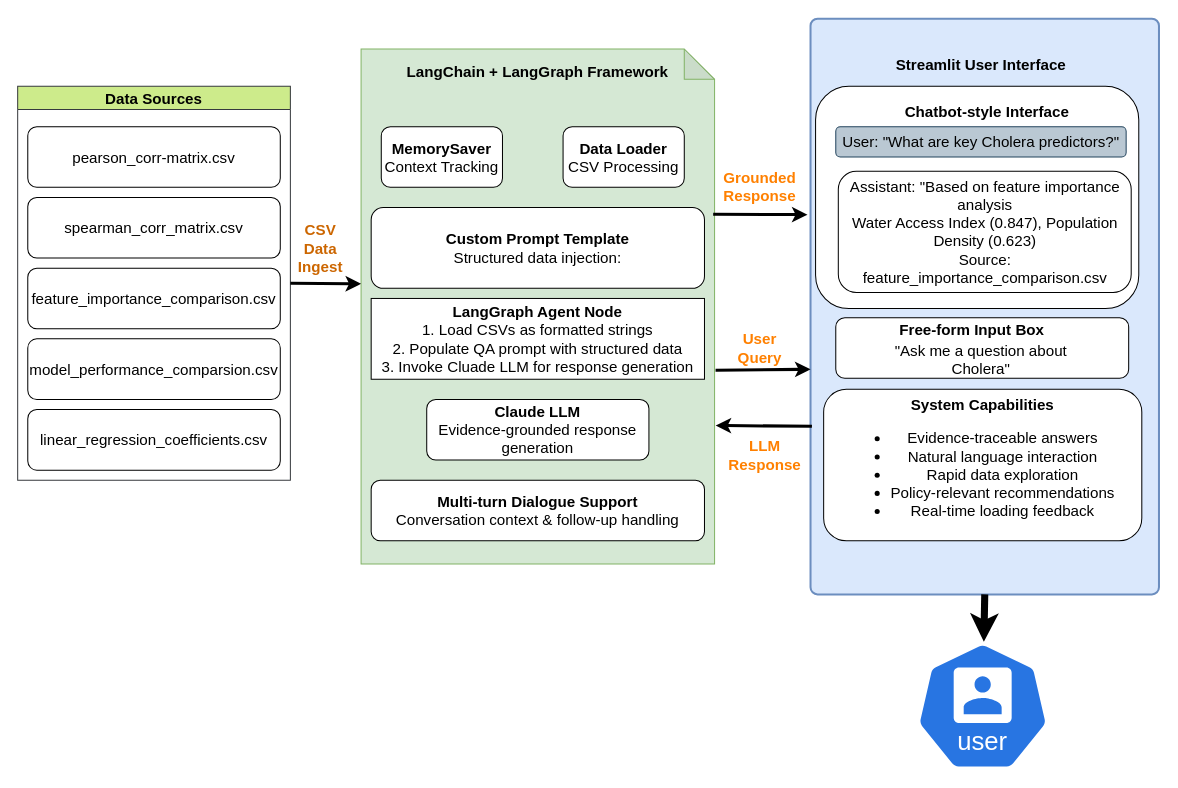
The draw.io diagram Agentic LLM.drawio in minusZeroo/sacair-2025, before the edit. Source tidied: cells renumbered, new cells numbered last; positions are measured from the earlier drawing's top-left corner, leaving out a move shared by most shapes. Both pictures are drawn from the tidied source at 101%, with x=0, y=0 at pixel (17, 18).
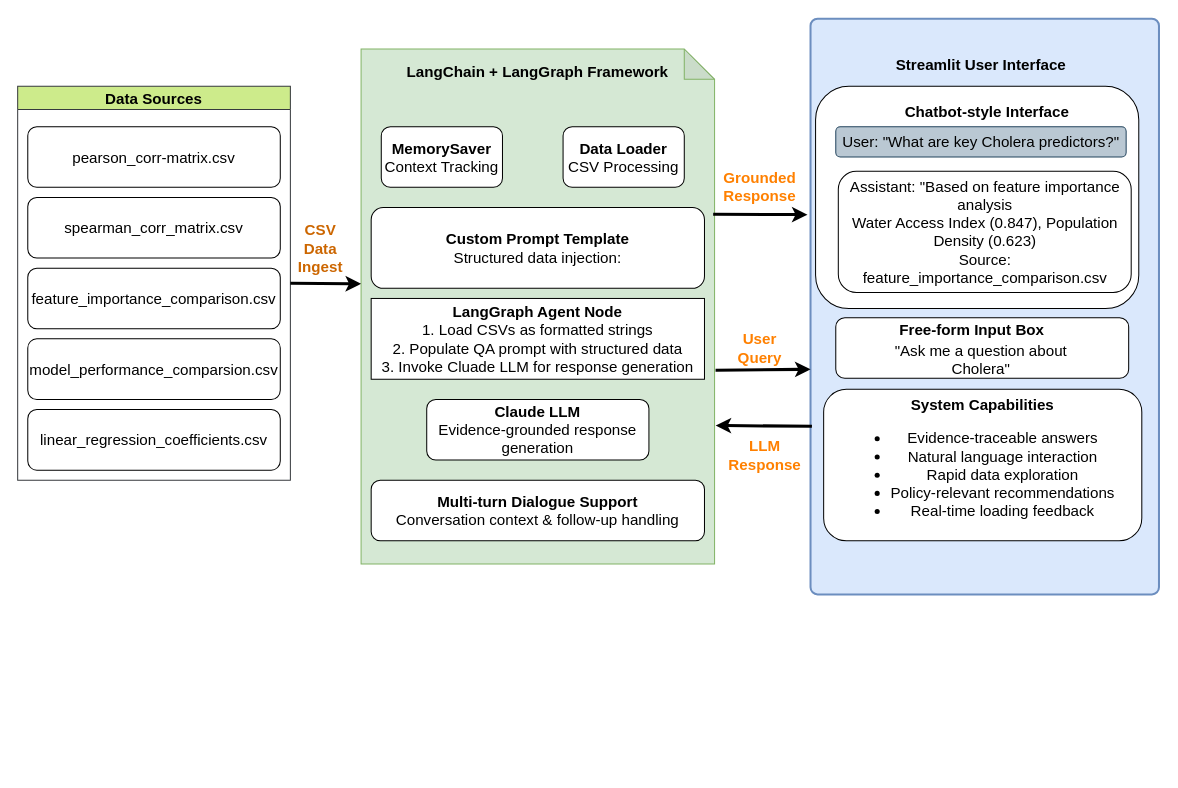
After the change.

Unchanged cells that the change refers to:
```xml
<mxCell id="16" style="rounded=1;whiteSpace=wrap;html=1;absoluteArcSize=1;arcSize=14;strokeWidth=2;fillColor=#dae8fc;strokeColor=#6c8ebf;fontSize=15;" parent="1" vertex="1">
  <mxGeometry x="785" width="345" height="570" as="geometry" />
</mxCell>
```

What changed in the source:
```diff
@@
-    <mxCell id="26" style="sketch=0;html=1;dashed=0;whitespace=wrap;verticalLabelPosition=bottom;verticalAlign=top;fillColor=#2875E2;strokeColor=#ffffff;points=[[0.005,0.63,0],[0.1,0.2,0],[0.9,0.2,0],[0.5,0,0],[0.995,0.63,0],[0.72,0.99,0],[0.5,1,0],[0.28,0.99,0]];shape=mxgraph.kubernetes.icon2;kubernetesLabel=1;prIcon=user;fontSize=15;" parent="1" vertex="1">
-      <mxGeometry x="889.2" y="617" width="132.5" height="127.2" as="geometry" />
-    </mxCell>
@@
-    <mxCell id="35" style="endArrow=classic;html=1;rounded=0;exitX=0.5;exitY=1;exitDx=0;exitDy=0;strokeWidth=7;fontSize=15;" parent="1" edge="1" source="16" target="26">
-      <mxGeometry relative="1" as="geometry" />
-    </mxCell>
```
